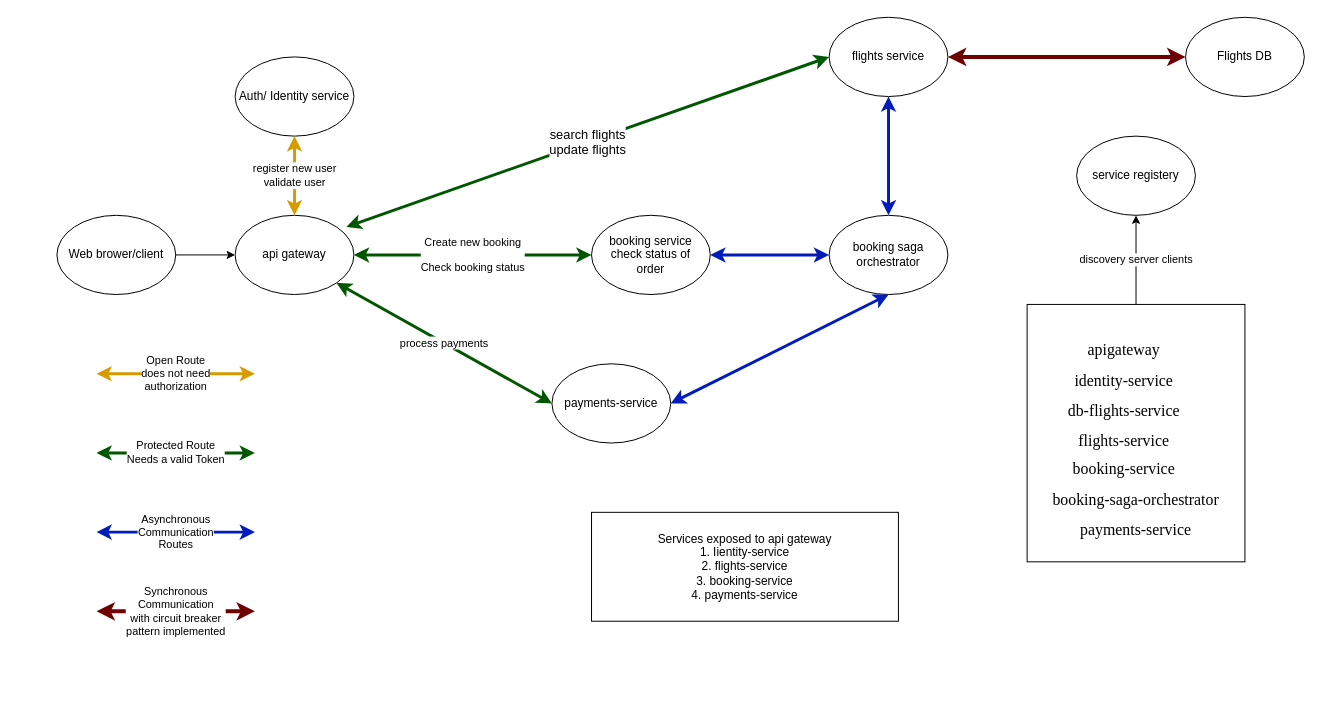
Above: HLD.drawio in varindersingh6885/bookingsystem-backend (draw.io), before the change. Source tidied: cells renumbered, new cells numbered last; positions are measured from the earlier drawing's top-left corner, leaving out a move shared by most shapes. Both pictures are drawn from the tidied source at 99%, with x=0, y=0 at pixel (56, 17).
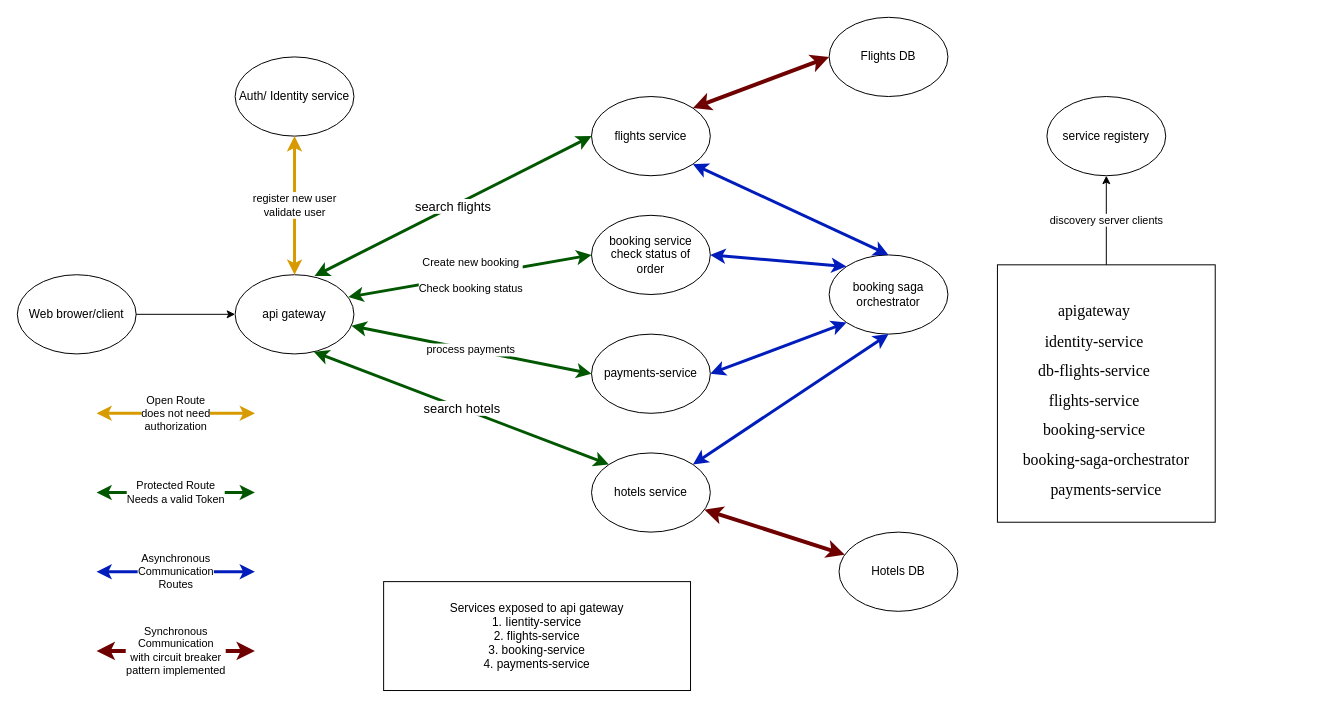
The same page after the edit.

The change refers to these unchanged cells:
```xml
<mxCell id="12" value="booking service&lt;br&gt;check status of &lt;br&gt;order" style="ellipse;whiteSpace=wrap;html=1;" parent="1" vertex="1">
  <mxGeometry x="540" y="200" width="120" height="80" as="geometry" />
</mxCell>
```

Diff of the diagram source:
```diff
@@
     <mxCell id="2" value="flights service" style="ellipse;whiteSpace=wrap;html=1;" parent="1" vertex="1">
-      <mxGeometry x="780" width="120" height="80" as="geometry" />
+      <mxGeometry x="540" y="80" width="120" height="80" as="geometry" />
     </mxCell>
     <mxCell id="3" value="Flights DB" style="ellipse;whiteSpace=wrap;html=1;" parent="1" vertex="1">
-      <mxGeometry x="1140" width="120" height="80" as="geometry" />
+      <mxGeometry x="780" width="120" height="80" as="geometry" />
     </mxCell>
     <mxCell id="4" value="Web brower/client" style="ellipse;whiteSpace=wrap;html=1;" parent="1" vertex="1">
-      <mxGeometry y="200" width="120" height="80" as="geometry" />
+      <mxGeometry x="-40" y="260" width="120" height="80" as="geometry" />
     </mxCell>
     <mxCell id="5" value="service registery" style="ellipse;whiteSpace=wrap;html=1;" parent="1" vertex="1">
-      <mxGeometry x="1030" y="120" width="120" height="80" as="geometry" />
+      <mxGeometry x="1000" y="80" width="120" height="80" as="geometry" />
     </mxCell>
     <mxCell id="6" value="api gateway" style="ellipse;whiteSpace=wrap;html=1;" parent="1" vertex="1">
-      <mxGeometry x="180" y="200" width="120" height="80" as="geometry" />
+      <mxGeometry x="180" y="260" width="120" height="80" as="geometry" />
     </mxCell>
@@
-    <mxCell id="8" value="&lt;font style=&quot;font-size: 13px;&quot;&gt;search flights&lt;br&gt;update flights&lt;/font&gt;" style="endArrow=classic;startArrow=classic;html=1;rounded=0;exitX=1;exitY=0;exitDx=0;exitDy=0;entryX=0;entryY=0.5;entryDx=0;entryDy=0;fillColor=#008a00;strokeColor=#005700;strokeWidth=3;" parent="1" edge="1">
-      <mxGeometry relative="1" as="geometry">
-        <mxPoint x="292.4" y="211.7" as="sourcePoint" />
-        <mxPoint x="780" y="40" as="targetPoint" />
-      </mxGeometry>
+    <mxCell id="8" value="&lt;font style=&quot;font-size: 13px;&quot;&gt;search flights&lt;br&gt;&lt;/font&gt;" style="endArrow=classic;startArrow=classic;html=1;rounded=0;exitX=0.668;exitY=0.017;exitDx=0;exitDy=0;entryX=0;entryY=0.5;entryDx=0;entryDy=0;fillColor=#008a00;strokeColor=#005700;strokeWidth=3;exitPerimeter=0;" parent="1" edge="1" source="6" target="2">
+      <mxGeometry relative="1" as="geometry" />
     </mxCell>
@@
     <mxCell id="10" value="booking saga orchestrator" style="ellipse;whiteSpace=wrap;html=1;" parent="1" vertex="1">
-      <mxGeometry x="780" y="200" width="120" height="80" as="geometry" />
+      <mxGeometry x="780" y="240" width="120" height="80" as="geometry" />
     </mxCell>
-    <mxCell id="11" style="endArrow=classic;startArrow=classic;html=1;rounded=0;entryX=0.5;entryY=1;entryDx=0;entryDy=0;exitX=0.5;exitY=0;exitDx=0;exitDy=0;fillColor=#0050ef;strokeColor=#001DBC;strokeWidth=3;" parent="1" edge="1">
-      <mxGeometry relative="1" as="geometry">
-        <mxPoint x="840" y="200" as="sourcePoint" />
-        <mxPoint x="840" y="80" as="targetPoint" />
-      </mxGeometry>
+    <mxCell id="11" style="endArrow=classic;startArrow=classic;html=1;rounded=0;entryX=1;entryY=1;entryDx=0;entryDy=0;exitX=0.5;exitY=0;exitDx=0;exitDy=0;fillColor=#0050ef;strokeColor=#001DBC;strokeWidth=3;" parent="1" edge="1" source="10" target="2">
+      <mxGeometry relative="1" as="geometry" />
     </mxCell>
@@
-    <mxCell id="13" value="Create new booking&lt;br&gt;&lt;br&gt;Check booking status" style="endArrow=classic;startArrow=classic;html=1;rounded=0;entryX=0;entryY=0.5;entryDx=0;entryDy=0;exitX=1;exitY=0.5;exitDx=0;exitDy=0;fillColor=#008a00;strokeColor=#005700;strokeWidth=3;" parent="1" edge="1" source="6" target="12">
+    <mxCell id="13" value="Create new booking&lt;br&gt;&lt;br&gt;Check booking status" style="endArrow=classic;startArrow=classic;html=1;rounded=0;entryX=0;entryY=0.5;entryDx=0;entryDy=0;fillColor=#008a00;strokeColor=#005700;strokeWidth=3;exitX=0.953;exitY=0.282;exitDx=0;exitDy=0;exitPerimeter=0;" parent="1" edge="1" source="6" target="12">
       <mxGeometry relative="1" as="geometry" />
     </mxCell>
-    <mxCell id="14" style="endArrow=classic;startArrow=classic;html=1;rounded=0;entryX=0;entryY=0.5;entryDx=0;entryDy=0;exitX=1;exitY=0.5;exitDx=0;exitDy=0;fillColor=#0050ef;strokeColor=#001DBC;strokeWidth=3;" parent="1" edge="1" source="12" target="10">
-      <mxGeometry relative="1" as="geometry" />
+    <mxCell id="14" style="endArrow=classic;startArrow=classic;html=1;rounded=0;fillColor=#0050ef;strokeColor=#001DBC;strokeWidth=3;entryX=0;entryY=0;entryDx=0;entryDy=0;" parent="1" edge="1" target="10">
+      <mxGeometry relative="1" as="geometry">
+        <mxPoint x="660" y="240" as="sourcePoint" />
+      </mxGeometry>
     </mxCell>
     <mxCell id="15" value="payments-service" style="ellipse;whiteSpace=wrap;html=1;" parent="1" vertex="1">
-      <mxGeometry x="500" y="350" width="120" height="80" as="geometry" />
+      <mxGeometry x="540" y="320" width="120" height="80" as="geometry" />
     </mxCell>
-    <mxCell id="16" value="process payments" style="endArrow=classic;startArrow=classic;html=1;rounded=0;entryX=1;entryY=1;entryDx=0;entryDy=0;exitX=0;exitY=0.5;exitDx=0;exitDy=0;fillColor=#008a00;strokeColor=#005700;strokeWidth=3;" parent="1" edge="1" source="15" target="6">
+    <mxCell id="16" value="process payments" style="endArrow=classic;startArrow=classic;html=1;rounded=0;exitX=0;exitY=0.5;exitDx=0;exitDy=0;fillColor=#008a00;strokeColor=#005700;strokeWidth=3;" parent="1" edge="1" source="15" target="6">
       <mxGeometry relative="1" as="geometry" />
     </mxCell>
@@
-    <mxCell id="18" style="endArrow=classic;startArrow=classic;html=1;rounded=0;entryX=0.5;entryY=1;entryDx=0;entryDy=0;fillColor=#0050ef;strokeColor=#001DBC;strokeWidth=3;" parent="1" edge="1" target="10">
-      <mxGeometry relative="1" as="geometry">
-        <mxPoint x="620" y="390" as="sourcePoint" />
-      </mxGeometry>
+    <mxCell id="18" style="endArrow=classic;startArrow=classic;html=1;rounded=0;entryX=0;entryY=1;entryDx=0;entryDy=0;fillColor=#0050ef;strokeColor=#001DBC;strokeWidth=3;exitX=1;exitY=0.5;exitDx=0;exitDy=0;" parent="1" edge="1" source="15" target="10">
+      <mxGeometry relative="1" as="geometry" />
     </mxCell>
     <mxCell id="19" value="&lt;p style=&quot;border-color: var(--border-color); text-indent: -18pt;&quot; class=&quot;MsoListParagraphCxSpFirst&quot;&gt;&lt;span style=&quot;background-color: initial; font-family: &amp;quot;Times New Roman&amp;quot;, serif; font-size: 12pt; text-indent: -18pt;&quot;&gt;apigateway&lt;/span&gt;&lt;br&gt;&lt;/p&gt;&lt;p style=&quot;border-color: var(--border-color); text-indent: -18pt;&quot; class=&quot;MsoListParagraphCxSpFirst&quot;&gt;&lt;span style=&quot;border-color: var(--border-color); font-family: &amp;quot;Times New Roman&amp;quot;, serif; font-size: 12pt; text-indent: -18pt; background-color: initial;&quot;&gt;identity-service&lt;/span&gt;&lt;/p&gt;&lt;p style=&quot;border-color: var(--border-color); text-indent: -18pt;&quot; class=&quot;MsoListParagraphCxSpMiddle&quot;&gt;&lt;span style=&quot;border-color: var(--border-color); line-height: 17.12px; font-family: &amp;quot;Times New Roman&amp;quot;, serif; font-size: 12pt;&quot; lang=&quot;EN-US&quot;&gt;db-flights-service&lt;/span&gt;&lt;/p&gt;&lt;p style=&quot;border-color: var(--border-color); text-indent: -18pt;&quot; class=&quot;MsoListParagraphCxSpMiddle&quot;&gt;&lt;span style=&quot;border-color: var(--border-color); line-height: 17.12px; font-family: &amp;quot;Times New Roman&amp;quot;, serif; font-size: 12pt;&quot; lang=&quot;EN-US&quot;&gt;flights-service&lt;/span&gt;&lt;/p&gt;&lt;p style=&quot;border-color: var(--border-color); text-indent: -18pt;&quot; class=&quot;MsoListParagraphCxSpMiddle&quot;&gt;&lt;span style=&quot;border-color: var(--border-color); line-height: 17.12px; font-family: &amp;quot;Times New Roman&amp;quot;, serif; font-size: 12pt;&quot; lang=&quot;EN-US&quot;&gt;booking-service&lt;/span&gt;&lt;/p&gt;&lt;p style=&quot;border-color: var(--border-color); text-indent: -18pt;&quot; class=&quot;MsoListParagraphCxSpMiddle&quot;&gt;&lt;span style=&quot;background-color: initial; font-family: &amp;quot;Times New Roman&amp;quot;, serif; font-size: 12pt; text-indent: -18pt;&quot;&gt;&amp;nbsp; &amp;nbsp; &amp;nbsp; booking-saga-orchestrator&lt;/span&gt;&lt;/p&gt;&lt;span style=&quot;border-color: var(--border-color); line-height: 17.12px; font-family: &amp;quot;Times New Roman&amp;quot;, serif; font-size: 12pt;&quot; lang=&quot;EN-US&quot;&gt;&lt;div style=&quot;&quot;&gt;&lt;span style=&quot;font-size: 12pt; background-color: initial;&quot;&gt;payments-service&lt;/span&gt;&lt;/div&gt;&lt;/span&gt;" style="rounded=0;whiteSpace=wrap;html=1;align=center;" parent="1" vertex="1">
-      <mxGeometry x="980" y="290" width="220" height="260" as="geometry" />
+      <mxGeometry x="950" y="250" width="220" height="260" as="geometry" />
     </mxCell>
@@
     <mxCell id="21" value="Open Route&lt;br&gt;does not need &lt;br&gt;authorization" style="endArrow=classic;startArrow=classic;html=1;rounded=0;fillColor=#ffe6cc;strokeColor=#d79b00;strokeWidth=3;" parent="1" edge="1">
       <mxGeometry relative="1" as="geometry">
-        <mxPoint x="40" y="360" as="sourcePoint" />
-        <mxPoint x="200" y="360" as="targetPoint" />
+        <mxPoint x="40" y="400" as="sourcePoint" />
+        <mxPoint x="200" y="400" as="targetPoint" />
       </mxGeometry>
     </mxCell>
     <mxCell id="22" value="Protected Route&lt;br&gt;Needs a valid Token" style="endArrow=classic;startArrow=classic;html=1;rounded=0;fillColor=#008a00;strokeColor=#005700;strokeWidth=3;" parent="1" edge="1">
       <mxGeometry relative="1" as="geometry">
-        <mxPoint x="40" y="440" as="sourcePoint" />
-        <mxPoint x="200" y="440" as="targetPoint" />
+        <mxPoint x="40" y="480" as="sourcePoint" />
+        <mxPoint x="200" y="480" as="targetPoint" />
       </mxGeometry>
     </mxCell>
     <mxCell id="23" value="Asynchronous&lt;br&gt;Communication&lt;br&gt;Routes" style="endArrow=classic;startArrow=classic;html=1;rounded=0;exitX=1;exitY=0.5;exitDx=0;exitDy=0;fillColor=#0050ef;strokeColor=#001DBC;strokeWidth=3;" parent="1" edge="1">
       <mxGeometry relative="1" as="geometry">
-        <mxPoint x="40" y="520" as="sourcePoint" />
-        <mxPoint x="200" y="520" as="targetPoint" />
+        <mxPoint x="40" y="560" as="sourcePoint" />
+        <mxPoint x="200" y="560" as="targetPoint" />
       </mxGeometry>
     </mxCell>
     <mxCell id="24" value="Synchronous&lt;br style=&quot;border-color: var(--border-color);&quot;&gt;Communication&lt;br style=&quot;border-color: var(--border-color);&quot;&gt;with circuit breaker&lt;br style=&quot;border-color: var(--border-color);&quot;&gt;pattern implemented" style="endArrow=classic;startArrow=classic;html=1;rounded=0;fillColor=#a20025;strokeColor=#6F0000;strokeWidth=4;" parent="1" edge="1">
       <mxGeometry relative="1" as="geometry">
-        <mxPoint x="40" y="600" as="sourcePoint" />
-        <mxPoint x="200" y="600" as="targetPoint" />
+        <mxPoint x="40" y="640" as="sourcePoint" />
+        <mxPoint x="200" y="640" as="targetPoint" />
       </mxGeometry>
     </mxCell>
-    <mxCell id="25" style="endArrow=classic;startArrow=classic;html=1;rounded=0;exitX=0;exitY=0.5;exitDx=0;exitDy=0;entryX=1;entryY=0.5;entryDx=0;entryDy=0;fillColor=#a20025;strokeColor=#6F0000;strokeWidth=4;" parent="1" edge="1" source="3" target="2">
-      <mxGeometry relative="1" as="geometry">
-        <Array as="points">
-          <mxPoint x="1040" y="40" />
-        </Array>
-      </mxGeometry>
+    <mxCell id="25" style="endArrow=classic;startArrow=classic;html=1;rounded=0;exitX=0;exitY=0.5;exitDx=0;exitDy=0;entryX=1;entryY=0;entryDx=0;entryDy=0;fillColor=#a20025;strokeColor=#6F0000;strokeWidth=4;" parent="1" edge="1" source="3" target="2">
+      <mxGeometry relative="1" as="geometry" />
     </mxCell>
     <mxCell id="26" value="Services exposed to api gateway&lt;br&gt;1. Iientity-service&lt;br&gt;2. flights-service&lt;br&gt;3. booking-service&lt;br&gt;4. payments-service" style="rounded=0;whiteSpace=wrap;html=1;" parent="1" vertex="1">
-      <mxGeometry x="540" y="500" width="310" height="110" as="geometry" />
+      <mxGeometry x="330" y="570" width="310" height="110" as="geometry" />
     </mxCell>
+    <mxCell id="27" value="Hotels DB" style="ellipse;whiteSpace=wrap;html=1;" parent="1" vertex="1">
+      <mxGeometry x="790" y="520" width="120" height="80" as="geometry" />
+    </mxCell>
+    <mxCell id="28" value="hotels service" style="ellipse;whiteSpace=wrap;html=1;" parent="1" vertex="1">
+      <mxGeometry x="540" y="440" width="120" height="80" as="geometry" />
+    </mxCell>
+    <mxCell id="29" style="endArrow=classic;startArrow=classic;html=1;rounded=0;fillColor=#a20025;strokeColor=#6F0000;strokeWidth=4;" parent="1" edge="1" source="27" target="28">
+      <mxGeometry relative="1" as="geometry" />
+    </mxCell>
+    <mxCell id="30" value="&lt;font style=&quot;font-size: 13px;&quot;&gt;search hotels&lt;br&gt;&lt;/font&gt;" style="endArrow=classic;startArrow=classic;html=1;rounded=0;exitX=0.662;exitY=0.973;exitDx=0;exitDy=0;fillColor=#008a00;strokeColor=#005700;strokeWidth=3;entryX=0;entryY=0;entryDx=0;entryDy=0;exitPerimeter=0;" parent="1" edge="1" source="6" target="28">
+      <mxGeometry relative="1" as="geometry" />
+    </mxCell>
+    <mxCell id="31" style="endArrow=classic;startArrow=classic;html=1;rounded=0;entryX=0.5;entryY=1;entryDx=0;entryDy=0;fillColor=#0050ef;strokeColor=#001DBC;strokeWidth=3;exitX=1;exitY=0;exitDx=0;exitDy=0;" parent="1" edge="1" source="28" target="10">
+      <mxGeometry relative="1" as="geometry" />
+    </mxCell>
```
